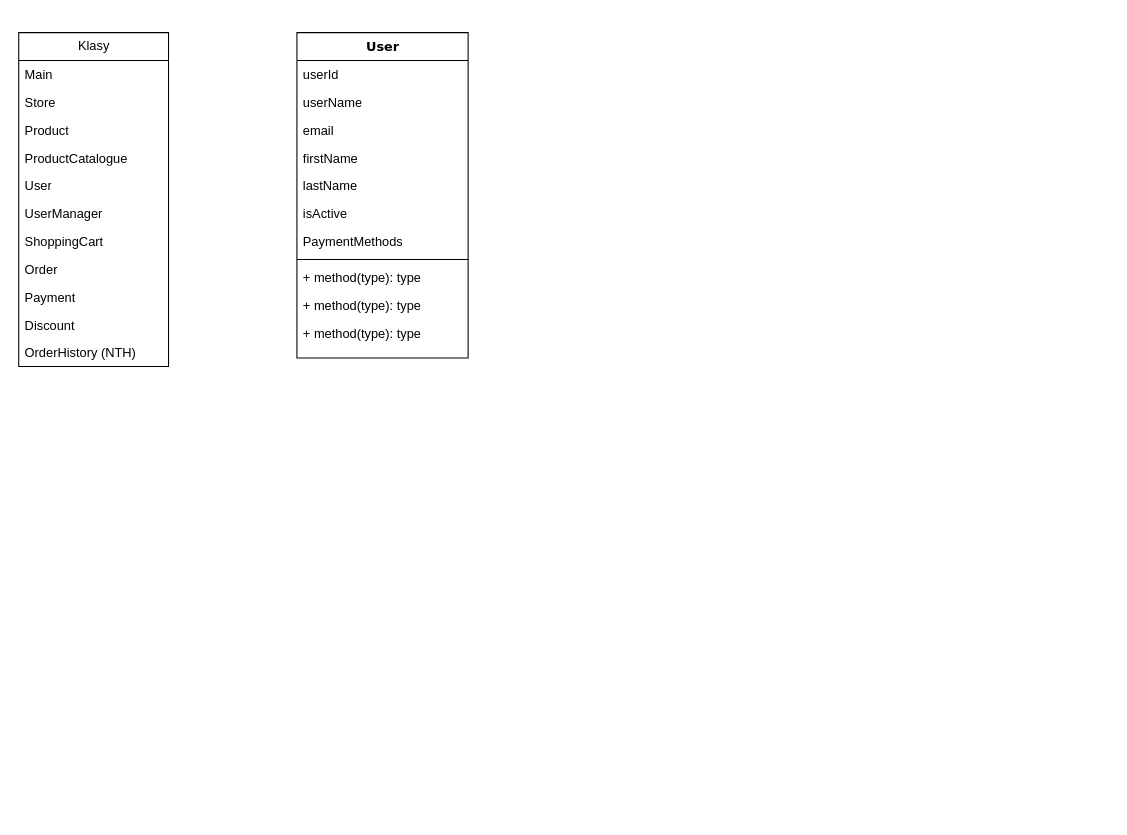
Earlier version of the draw.io diagram Diagram bez tytułu.drawio (barokimPL/drawIoProjekt). Source tidied: cells renumbered, new cells numbered last; positions are measured from the earlier drawing's top-left corner, leaving out a move shared by most shapes. Both pictures are drawn from the tidied source at 107%, with x=0, y=0 at pixel (18, 32).
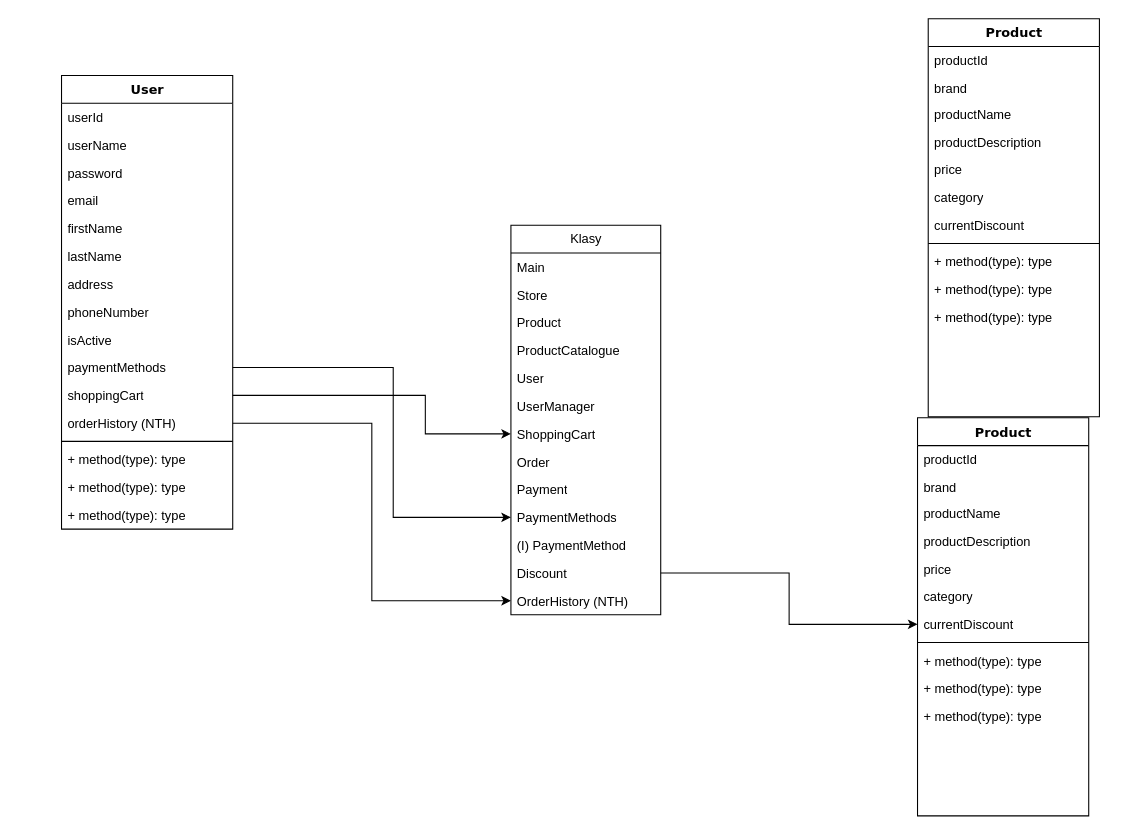
After the change.

The change refers to these unchanged cells:
```xml
<mxCell id="22" value="ShoppingCart" style="text;strokeColor=none;fillColor=none;align=left;verticalAlign=top;spacingLeft=4;spacingRight=4;overflow=hidden;points=[[0,0.5],[1,0.5]];portConstraint=eastwest;whiteSpace=wrap;html=1;" parent="15" vertex="1">
  <mxGeometry y="182" width="140" height="26" as="geometry" />
</mxCell>
```

Change to the diagram source:
```diff
@@
     <mxCell id="2" value="User" style="swimlane;html=1;fontStyle=1;align=center;verticalAlign=top;horizontal=1;startSize=26;swimlaneFillColor=#ffffff;rounded=0;shadow=0;comic=0;labelBackgroundColor=none;strokeWidth=1;fillColor=none;fontFamily=Verdana;fontSize=12;" parent="1" vertex="1">
-      <mxGeometry x="260" width="160" height="304" as="geometry" />
+      <mxGeometry x="40" y="40" width="160" height="424" as="geometry" />
     </mxCell>
@@
+    <mxCell id="27" value="&lt;div&gt;password&lt;/div&gt;" style="text;html=1;strokeColor=none;fillColor=none;align=left;verticalAlign=top;spacingLeft=4;spacingRight=4;whiteSpace=wrap;overflow=hidden;" parent="2" vertex="1">
+      <mxGeometry y="78" width="160" height="26" as="geometry" />
+    </mxCell>
     <mxCell id="5" value="&lt;div&gt;email&lt;/div&gt;" style="text;html=1;strokeColor=none;fillColor=none;align=left;verticalAlign=top;spacingLeft=4;spacingRight=4;whiteSpace=wrap;overflow=hidden;" parent="2" vertex="1">
-      <mxGeometry y="78" width="160" height="26" as="geometry" />
+      <mxGeometry y="104" width="160" height="26" as="geometry" />
     </mxCell>
     <mxCell id="6" value="&lt;div&gt;firstName&lt;/div&gt;" style="text;html=1;strokeColor=none;fillColor=none;align=left;verticalAlign=top;spacingLeft=4;spacingRight=4;whiteSpace=wrap;overflow=hidden;" parent="2" vertex="1">
-      <mxGeometry y="104" width="160" height="26" as="geometry" />
+      <mxGeometry y="130" width="160" height="26" as="geometry" />
     </mxCell>
     <mxCell id="7" value="lastName" style="text;html=1;strokeColor=none;fillColor=none;align=left;verticalAlign=top;spacingLeft=4;spacingRight=4;whiteSpace=wrap;overflow=hidden;" parent="2" vertex="1">
-      <mxGeometry y="130" width="160" height="26" as="geometry" />
+      <mxGeometry y="156" width="160" height="26" as="geometry" />
     </mxCell>
+    <mxCell id="28" value="address" style="text;html=1;strokeColor=none;fillColor=none;align=left;verticalAlign=top;spacingLeft=4;spacingRight=4;whiteSpace=wrap;overflow=hidden;" parent="2" vertex="1">
+      <mxGeometry y="182" width="160" height="26" as="geometry" />
+    </mxCell>
+    <mxCell id="29" value="phoneNumber" style="text;html=1;strokeColor=none;fillColor=none;align=left;verticalAlign=top;spacingLeft=4;spacingRight=4;whiteSpace=wrap;overflow=hidden;" parent="2" vertex="1">
+      <mxGeometry y="208" width="160" height="26" as="geometry" />
+    </mxCell>
     <mxCell id="8" value="isActive" style="text;html=1;strokeColor=none;fillColor=none;align=left;verticalAlign=top;spacingLeft=4;spacingRight=4;whiteSpace=wrap;overflow=hidden;" parent="2" vertex="1">
-      <mxGeometry y="156" width="160" height="26" as="geometry" />
+      <mxGeometry y="234" width="160" height="26" as="geometry" />
     </mxCell>
-    <mxCell id="9" value="PaymentMethods" style="text;html=1;strokeColor=none;fillColor=none;align=left;verticalAlign=top;spacingLeft=4;spacingRight=4;whiteSpace=wrap;overflow=hidden;points=[[0,0.5],[1,0.5]];portConstraint=eastwest;" parent="2" vertex="1">
-      <mxGeometry y="182" width="160" height="26" as="geometry" />
+    <mxCell id="9" value="paymentMethods" style="text;html=1;strokeColor=none;fillColor=none;align=left;verticalAlign=top;spacingLeft=4;spacingRight=4;whiteSpace=wrap;overflow=hidden;points=[[0,0.5],[1,0.5]];portConstraint=eastwest;" parent="2" vertex="1">
+      <mxGeometry y="260" width="160" height="26" as="geometry" />
     </mxCell>
+    <mxCell id="30" value="shoppingCart" style="text;html=1;strokeColor=none;fillColor=none;align=left;verticalAlign=top;spacingLeft=4;spacingRight=4;whiteSpace=wrap;overflow=hidden;points=[[0,0.5],[1,0.5]];portConstraint=eastwest;" parent="2" vertex="1">
+      <mxGeometry y="286" width="160" height="26" as="geometry" />
+    </mxCell>
+    <mxCell id="31" value="&lt;div&gt;orderHistory (NTH)&lt;/div&gt;" style="text;html=1;strokeColor=none;fillColor=none;align=left;verticalAlign=top;spacingLeft=4;spacingRight=4;whiteSpace=wrap;overflow=hidden;points=[[0,0.5],[1,0.5]];portConstraint=eastwest;" parent="2" vertex="1">
+      <mxGeometry y="312" width="160" height="26" as="geometry" />
+    </mxCell>
     <mxCell id="10" style="line;html=1;strokeWidth=1;fillColor=none;align=left;verticalAlign=middle;spacingTop=-1;spacingLeft=3;spacingRight=3;labelPosition=right;" parent="2" vertex="1">
-      <mxGeometry y="208" width="160" height="8" as="geometry" />
+      <mxGeometry y="338" width="160" height="8" as="geometry" />
     </mxCell>
     <mxCell id="11" value="+ method(type): type" style="text;html=1;strokeColor=none;fillColor=none;align=left;verticalAlign=top;spacingLeft=4;spacingRight=4;whiteSpace=wrap;overflow=hidden;" parent="2" vertex="1">
-      <mxGeometry y="216" width="160" height="26" as="geometry" />
+      <mxGeometry y="346" width="160" height="26" as="geometry" />
     </mxCell>
     <mxCell id="12" value="+ method(type): type" style="text;html=1;strokeColor=none;fillColor=none;align=left;verticalAlign=top;spacingLeft=4;spacingRight=4;whiteSpace=wrap;overflow=hidden;" parent="2" vertex="1">
-      <mxGeometry y="242" width="160" height="26" as="geometry" />
+      <mxGeometry y="372" width="160" height="26" as="geometry" />
     </mxCell>
     <mxCell id="13" value="+ method(type): type" style="text;html=1;strokeColor=none;fillColor=none;align=left;verticalAlign=top;spacingLeft=4;spacingRight=4;whiteSpace=wrap;overflow=hidden;" parent="2" vertex="1">
-      <mxGeometry y="268" width="160" height="26" as="geometry" />
+      <mxGeometry y="398" width="160" height="26" as="geometry" />
     </mxCell>
@@
     <mxCell id="15" value="&lt;div&gt;Klasy&lt;/div&gt;" style="swimlane;fontStyle=0;horizontal=1;startSize=26;fillColor=none;html=1;" parent="1" vertex="1">
-      <mxGeometry width="140" height="312" as="geometry" />
+      <mxGeometry x="460" y="180" width="140" height="364" as="geometry" />
     </mxCell>
@@
+    <mxCell id="32" value="PaymentMethods" style="text;strokeColor=none;fillColor=none;align=left;verticalAlign=top;spacingLeft=4;spacingRight=4;overflow=hidden;points=[[0,0.5],[1,0.5]];portConstraint=eastwest;whiteSpace=wrap;html=1;" parent="15" vertex="1">
+      <mxGeometry y="260" width="140" height="26" as="geometry" />
+    </mxCell>
+    <mxCell id="33" value="(I) PaymentMethod" style="text;strokeColor=none;fillColor=none;align=left;verticalAlign=top;spacingLeft=4;spacingRight=4;overflow=hidden;whiteSpace=wrap;html=1;" parent="15" vertex="1">
+      <mxGeometry y="286" width="140" height="26" as="geometry" />
+    </mxCell>
     <mxCell id="25" value="Discount" style="text;strokeColor=none;fillColor=none;align=left;verticalAlign=top;spacingLeft=4;spacingRight=4;overflow=hidden;points=[[0,0.5],[1,0.5]];portConstraint=eastwest;whiteSpace=wrap;html=1;" parent="15" vertex="1">
-      <mxGeometry y="260" width="140" height="26" as="geometry" />
+      <mxGeometry y="312" width="140" height="26" as="geometry" />
     </mxCell>
     <mxCell id="26" value="OrderHistory (NTH)" style="text;strokeColor=none;fillColor=none;align=left;verticalAlign=top;spacingLeft=4;spacingRight=4;overflow=hidden;points=[[0,0.5],[1,0.5]];portConstraint=eastwest;whiteSpace=wrap;html=1;" parent="15" vertex="1">
-      <mxGeometry y="286" width="140" height="26" as="geometry" />
+      <mxGeometry y="338" width="140" height="26" as="geometry" />
     </mxCell>
+    <mxCell id="34" value="Product" style="swimlane;html=1;fontStyle=1;align=center;verticalAlign=top;horizontal=1;startSize=26;swimlaneFillColor=#ffffff;rounded=0;shadow=0;comic=0;labelBackgroundColor=none;strokeWidth=1;fillColor=none;fontFamily=Verdana;fontSize=12;" parent="1" vertex="1">
+      <mxGeometry x="840" y="360" width="160" height="372" as="geometry" />
+    </mxCell>
+    <mxCell id="35" value="productId" style="text;html=1;strokeColor=none;fillColor=none;align=left;verticalAlign=top;spacingLeft=4;spacingRight=4;whiteSpace=wrap;overflow=hidden;" parent="34" vertex="1">
+      <mxGeometry y="26" width="160" height="26" as="geometry" />
+    </mxCell>
+    <mxCell id="36" value="brand" style="text;html=1;strokeColor=none;fillColor=none;align=left;verticalAlign=top;spacingLeft=4;spacingRight=4;whiteSpace=wrap;overflow=hidden;" parent="34" vertex="1">
+      <mxGeometry y="52" width="160" height="24" as="geometry" />
+    </mxCell>
+    <mxCell id="37" value="productName" style="text;html=1;strokeColor=none;fillColor=none;align=left;verticalAlign=top;spacingLeft=4;spacingRight=4;whiteSpace=wrap;overflow=hidden;" parent="34" vertex="1">
+      <mxGeometry y="76" width="160" height="26" as="geometry" />
+    </mxCell>
+    <mxCell id="38" value="productDescription" style="text;html=1;strokeColor=none;fillColor=none;align=left;verticalAlign=top;spacingLeft=4;spacingRight=4;whiteSpace=wrap;overflow=hidden;" parent="34" vertex="1">
+      <mxGeometry y="102" width="160" height="26" as="geometry" />
+    </mxCell>
+    <mxCell id="39" value="price" style="text;html=1;strokeColor=none;fillColor=none;align=left;verticalAlign=top;spacingLeft=4;spacingRight=4;whiteSpace=wrap;overflow=hidden;" parent="34" vertex="1">
+      <mxGeometry y="128" width="160" height="26" as="geometry" />
+    </mxCell>
+    <mxCell id="40" value="category" style="text;html=1;strokeColor=none;fillColor=none;align=left;verticalAlign=top;spacingLeft=4;spacingRight=4;whiteSpace=wrap;overflow=hidden;" parent="34" vertex="1">
+      <mxGeometry y="154" width="160" height="26" as="geometry" />
+    </mxCell>
+    <mxCell id="41" value="currentDiscount" style="text;html=1;strokeColor=none;fillColor=none;align=left;verticalAlign=top;spacingLeft=4;spacingRight=4;whiteSpace=wrap;overflow=hidden;points=[[0,0.5],[1,0.5]];portConstraint=eastwest;" parent="34" vertex="1">
+      <mxGeometry y="180" width="160" height="26" as="geometry" />
+    </mxCell>
+    <mxCell id="42" style="line;html=1;strokeWidth=1;fillColor=none;align=left;verticalAlign=middle;spacingTop=-1;spacingLeft=3;spacingRight=3;labelPosition=right;" parent="34" vertex="1">
+      <mxGeometry y="206" width="160" height="8" as="geometry" />
+    </mxCell>
+    <mxCell id="43" value="+ method(type): type" style="text;html=1;strokeColor=none;fillColor=none;align=left;verticalAlign=top;spacingLeft=4;spacingRight=4;whiteSpace=wrap;overflow=hidden;" parent="34" vertex="1">
+      <mxGeometry y="214" width="160" height="26" as="geometry" />
+    </mxCell>
+    <mxCell id="44" value="+ method(type): type" style="text;html=1;strokeColor=none;fillColor=none;align=left;verticalAlign=top;spacingLeft=4;spacingRight=4;whiteSpace=wrap;overflow=hidden;" parent="34" vertex="1">
+      <mxGeometry y="240" width="160" height="26" as="geometry" />
+    </mxCell>
+    <mxCell id="45" value="+ method(type): type" style="text;html=1;strokeColor=none;fillColor=none;align=left;verticalAlign=top;spacingLeft=4;spacingRight=4;whiteSpace=wrap;overflow=hidden;" parent="34" vertex="1">
+      <mxGeometry y="266" width="160" height="26" as="geometry" />
+    </mxCell>
+    <mxCell id="46" style="edgeStyle=orthogonalEdgeStyle;rounded=0;orthogonalLoop=1;jettySize=auto;html=1;exitX=1;exitY=0.5;exitDx=0;exitDy=0;" parent="34" edge="1">
+      <mxGeometry relative="1" as="geometry">
+        <mxPoint x="160" y="39" as="sourcePoint" />
+        <mxPoint x="160" y="39" as="targetPoint" />
+      </mxGeometry>
+    </mxCell>
+    <mxCell id="47" style="edgeStyle=orthogonalEdgeStyle;rounded=0;jettySize=auto;html=1;entryX=0;entryY=0.5;entryDx=0;entryDy=0;" parent="1" edge="1" source="30" target="22">
+      <mxGeometry relative="1" as="geometry">
+        <Array as="points">
+          <mxPoint x="380" y="339" />
+          <mxPoint x="380" y="375" />
+        </Array>
+      </mxGeometry>
+    </mxCell>
+    <mxCell id="48" style="edgeStyle=orthogonalEdgeStyle;rounded=0;jettySize=auto;html=1;entryX=0;entryY=0.5;entryDx=0;entryDy=0;" parent="1" edge="1" source="31" target="26">
+      <mxGeometry relative="1" as="geometry" />
+    </mxCell>
+    <mxCell id="49" style="edgeStyle=orthogonalEdgeStyle;rounded=0;jettySize=auto;html=1;entryX=0;entryY=0.5;entryDx=0;entryDy=0;" parent="1" edge="1" source="9" target="32">
+      <mxGeometry relative="1" as="geometry">
+        <Array as="points">
+          <mxPoint x="350" y="313" />
+          <mxPoint x="350" y="453" />
+        </Array>
+      </mxGeometry>
+    </mxCell>
+    <mxCell id="50" style="edgeStyle=orthogonalEdgeStyle;rounded=0;jettySize=auto;html=1;" parent="1" edge="1" source="25" target="41">
+      <mxGeometry relative="1" as="geometry" />
+    </mxCell>
+    <mxCell id="51" value="Product" style="swimlane;html=1;fontStyle=1;align=center;verticalAlign=top;horizontal=1;startSize=26;swimlaneFillColor=#ffffff;rounded=0;shadow=0;comic=0;labelBackgroundColor=none;strokeWidth=1;fillColor=none;fontFamily=Verdana;fontSize=12;" parent="1" vertex="1">
+      <mxGeometry x="850" y="-13" width="160" height="372" as="geometry" />
+    </mxCell>
+    <mxCell id="52" value="productId" style="text;html=1;strokeColor=none;fillColor=none;align=left;verticalAlign=top;spacingLeft=4;spacingRight=4;whiteSpace=wrap;overflow=hidden;" parent="51" vertex="1">
+      <mxGeometry y="26" width="160" height="26" as="geometry" />
+    </mxCell>
+    <mxCell id="53" value="brand" style="text;html=1;strokeColor=none;fillColor=none;align=left;verticalAlign=top;spacingLeft=4;spacingRight=4;whiteSpace=wrap;overflow=hidden;" parent="51" vertex="1">
+      <mxGeometry y="52" width="160" height="24" as="geometry" />
+    </mxCell>
+    <mxCell id="54" value="productName" style="text;html=1;strokeColor=none;fillColor=none;align=left;verticalAlign=top;spacingLeft=4;spacingRight=4;whiteSpace=wrap;overflow=hidden;" parent="51" vertex="1">
+      <mxGeometry y="76" width="160" height="26" as="geometry" />
+    </mxCell>
+    <mxCell id="55" value="productDescription" style="text;html=1;strokeColor=none;fillColor=none;align=left;verticalAlign=top;spacingLeft=4;spacingRight=4;whiteSpace=wrap;overflow=hidden;" parent="51" vertex="1">
+      <mxGeometry y="102" width="160" height="26" as="geometry" />
+    </mxCell>
+    <mxCell id="56" value="price" style="text;html=1;strokeColor=none;fillColor=none;align=left;verticalAlign=top;spacingLeft=4;spacingRight=4;whiteSpace=wrap;overflow=hidden;" parent="51" vertex="1">
+      <mxGeometry y="128" width="160" height="26" as="geometry" />
+    </mxCell>
+    <mxCell id="57" value="category" style="text;html=1;strokeColor=none;fillColor=none;align=left;verticalAlign=top;spacingLeft=4;spacingRight=4;whiteSpace=wrap;overflow=hidden;" parent="51" vertex="1">
+      <mxGeometry y="154" width="160" height="26" as="geometry" />
+    </mxCell>
+    <mxCell id="58" value="currentDiscount" style="text;html=1;strokeColor=none;fillColor=none;align=left;verticalAlign=top;spacingLeft=4;spacingRight=4;whiteSpace=wrap;overflow=hidden;" parent="51" vertex="1">
+      <mxGeometry y="180" width="160" height="26" as="geometry" />
+    </mxCell>
+    <mxCell id="59" style="line;html=1;strokeWidth=1;fillColor=none;align=left;verticalAlign=middle;spacingTop=-1;spacingLeft=3;spacingRight=3;labelPosition=right;" parent="51" vertex="1">
+      <mxGeometry y="206" width="160" height="8" as="geometry" />
+    </mxCell>
+    <mxCell id="60" value="+ method(type): type" style="text;html=1;strokeColor=none;fillColor=none;align=left;verticalAlign=top;spacingLeft=4;spacingRight=4;whiteSpace=wrap;overflow=hidden;" parent="51" vertex="1">
+      <mxGeometry y="214" width="160" height="26" as="geometry" />
+    </mxCell>
+    <mxCell id="61" value="+ method(type): type" style="text;html=1;strokeColor=none;fillColor=none;align=left;verticalAlign=top;spacingLeft=4;spacingRight=4;whiteSpace=wrap;overflow=hidden;" parent="51" vertex="1">
+      <mxGeometry y="240" width="160" height="26" as="geometry" />
+    </mxCell>
+    <mxCell id="62" value="+ method(type): type" style="text;html=1;strokeColor=none;fillColor=none;align=left;verticalAlign=top;spacingLeft=4;spacingRight=4;whiteSpace=wrap;overflow=hidden;" parent="51" vertex="1">
+      <mxGeometry y="266" width="160" height="26" as="geometry" />
+    </mxCell>
+    <mxCell id="63" style="edgeStyle=orthogonalEdgeStyle;rounded=0;orthogonalLoop=1;jettySize=auto;html=1;exitX=1;exitY=0.5;exitDx=0;exitDy=0;" parent="51" edge="1">
+      <mxGeometry relative="1" as="geometry">
+        <mxPoint x="160" y="39" as="sourcePoint" />
+        <mxPoint x="160" y="39" as="targetPoint" />
+      </mxGeometry>
+    </mxCell>
```
